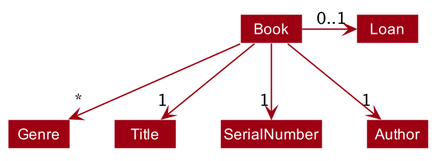
The PlantUML diagram docs/images/BookClassDiagram.png in nus-cs2103-AY1920S1/addressbook-level3, before a commit.
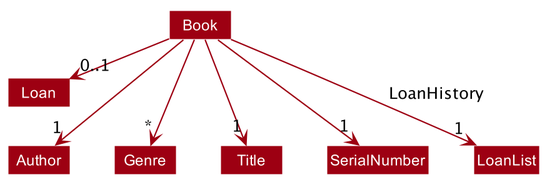
Above is the later version.

The edit, as a diff of the source:
```diff
@@ -1,4 +1,5 @@
 @startuml
+
 
 
 
@@ -35,7 +36,6 @@
 
 skinparam Participant {
     FontColor #FFFFFFF
-    Padding 20
 }
 
 skinparam MinClassWidth 50
@@ -56,5 +56,6 @@
 Book --> "1" SerialNumber
 Book --> "1" Author
 Book -right-> "0..1" Loan
+Book --> "1" LoanList : "LoanHistory"
 Loan -down[hidden]> Author
 @enduml
```
